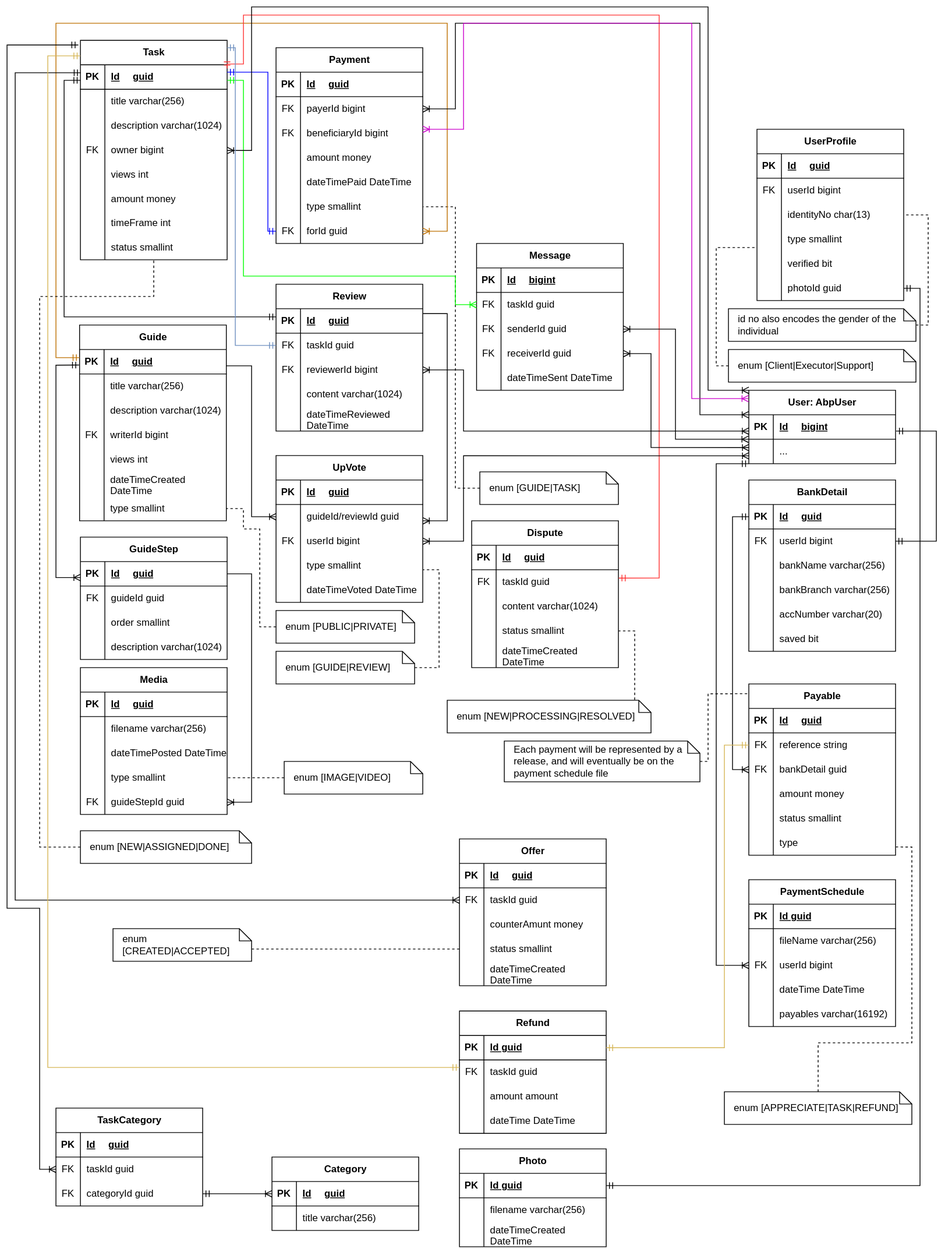
Earlier version of the draw.io export docs/assets/howto-domain.svg (teboho/how-to). Source tidied: cells renumbered, new cells last; positions are measured from the earlier drawing's top-left corner, leaving out a move shared by most shapes.
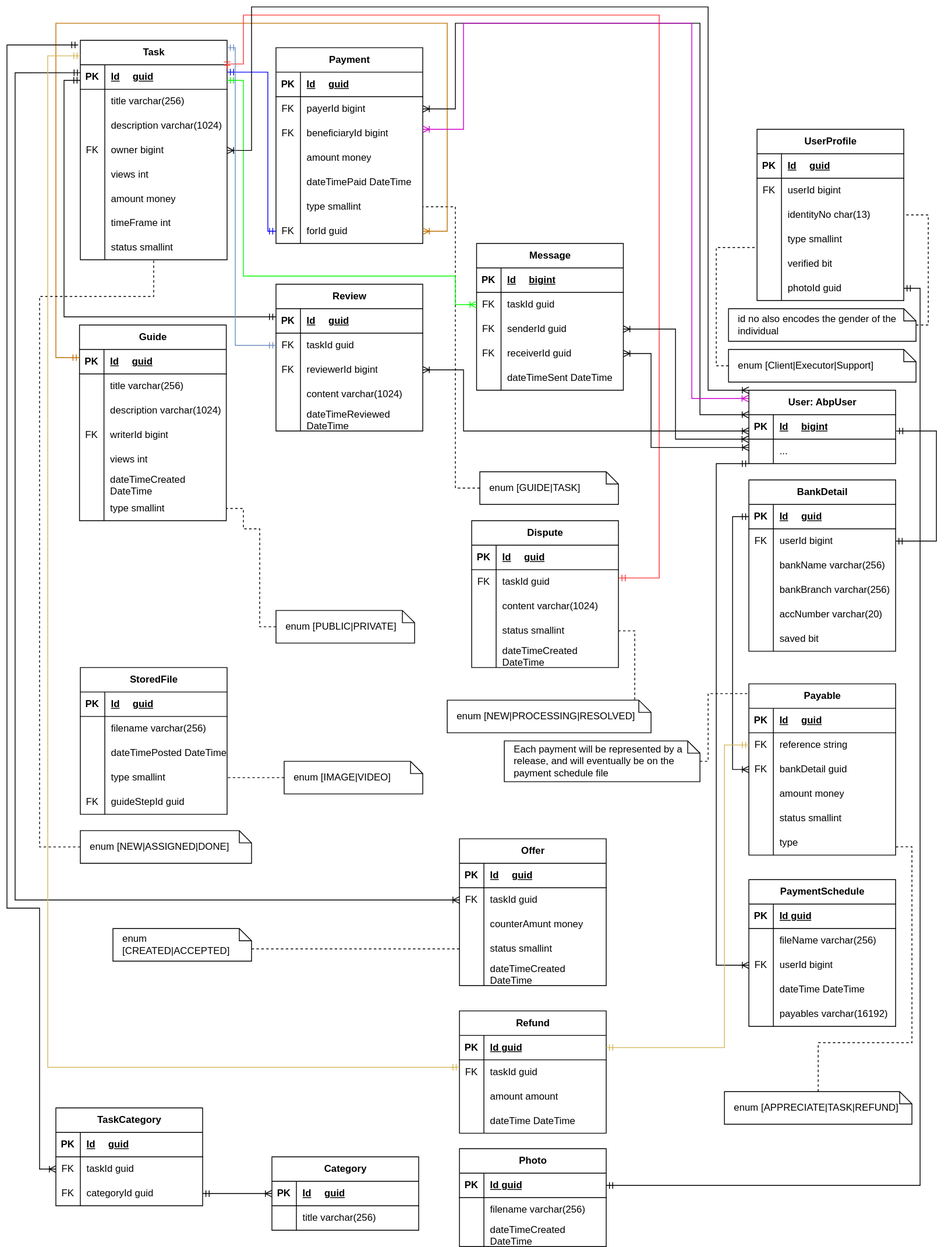
The same file after the commit.

Change to the diagram source:
```diff
@@ -257,55 +257,7 @@
     <mxCell id="86" value="dateTimeReviewed DateTime" style="shape=partialRectangle;fillColor=none;top=0;left=0;bottom=0;right=0;align=left;spacingLeft=6;overflow=hidden;whiteSpace=wrap;html=1;" parent="84" vertex="1">
       <mxGeometry x="30" width="150" height="30" as="geometry" />
     </mxCell>
-    <mxCell id="87" value="UpVote" style="shape=table;startSize=30;rowLines=0;fontStyle=1;align=center;html=1;" parent="1" vertex="1">
-      <mxGeometry x="330" y="550" width="180" height="180" as="geometry" />
-    </mxCell>
-    <mxCell id="88" style="shape=tableRow;horizontal=0;startSize=0;swimlaneHead=0;swimlaneBody=0;fillColor=none;top=0;left=0;right=0;bottom=1;" parent="87" vertex="1">
-      <mxGeometry y="30" width="180" height="30" as="geometry" />
-    </mxCell>
-    <mxCell id="89" value="PK" style="shape=partialRectangle;fillColor=none;top=0;left=0;bottom=0;right=0;fontStyle=1;overflow=hidden;whiteSpace=wrap;html=1;" parent="88" vertex="1">
-      <mxGeometry width="30" height="30" as="geometry" />
-    </mxCell>
-    <mxCell id="90" value="Id&lt;span style=&quot;white-space: pre;&quot;&gt;&#9;&lt;/span&gt;guid" style="shape=partialRectangle;fillColor=none;top=0;left=0;bottom=0;right=0;align=left;spacingLeft=6;fontStyle=5;overflow=hidden;whiteSpace=wrap;html=1;" parent="88" vertex="1">
-      <mxGeometry x="30" width="150" height="30" as="geometry" />
-    </mxCell>
-    <mxCell id="91" style="shape=tableRow;horizontal=0;startSize=0;swimlaneHead=0;swimlaneBody=0;fillColor=none;points=[[0,0.5],[1,0.5]];portConstraint=eastwest;top=0;left=0;right=0;bottom=0;" parent="87" vertex="1">
-      <mxGeometry y="60" width="180" height="30" as="geometry" />
-    </mxCell>
-    <mxCell id="92" style="shape=partialRectangle;fillColor=none;top=0;left=0;bottom=0;right=0;overflow=hidden;whiteSpace=wrap;html=1;" parent="91" vertex="1">
-      <mxGeometry width="30" height="30" as="geometry" />
-    </mxCell>
-    <mxCell id="93" value="guideId/reviewId guid" style="shape=partialRectangle;fillColor=none;top=0;left=0;bottom=0;right=0;align=left;spacingLeft=6;overflow=hidden;whiteSpace=wrap;html=1;" parent="91" vertex="1">
-      <mxGeometry x="30" width="150" height="30" as="geometry" />
-    </mxCell>
-    <mxCell id="94" style="shape=tableRow;horizontal=0;startSize=0;swimlaneHead=0;swimlaneBody=0;fillColor=none;points=[[0,0.5],[1,0.5]];portConstraint=eastwest;top=0;left=0;right=0;bottom=0;" parent="87" vertex="1">
-      <mxGeometry y="90" width="180" height="30" as="geometry" />
-    </mxCell>
-    <mxCell id="95" value="FK" style="shape=partialRectangle;fillColor=none;top=0;left=0;bottom=0;right=0;overflow=hidden;whiteSpace=wrap;html=1;" parent="94" vertex="1">
-      <mxGeometry width="30" height="30" as="geometry" />
-    </mxCell>
-    <mxCell id="96" value="userId bigint" style="shape=partialRectangle;fillColor=none;top=0;left=0;bottom=0;right=0;align=left;spacingLeft=6;overflow=hidden;whiteSpace=wrap;html=1;" parent="94" vertex="1">
-      <mxGeometry x="30" width="150" height="30" as="geometry" />
-    </mxCell>
-    <mxCell id="97" style="shape=tableRow;horizontal=0;startSize=0;swimlaneHead=0;swimlaneBody=0;fillColor=none;points=[[0,0.5],[1,0.5]];portConstraint=eastwest;top=0;left=0;right=0;bottom=0;" parent="87" vertex="1">
-      <mxGeometry y="120" width="180" height="30" as="geometry" />
-    </mxCell>
-    <mxCell id="98" style="shape=partialRectangle;fillColor=none;top=0;left=0;bottom=0;right=0;overflow=hidden;whiteSpace=wrap;html=1;" parent="97" vertex="1">
-      <mxGeometry width="30" height="30" as="geometry" />
-    </mxCell>
-    <mxCell id="99" value="type smallint" style="shape=partialRectangle;fillColor=none;top=0;left=0;bottom=0;right=0;align=left;spacingLeft=6;overflow=hidden;whiteSpace=wrap;html=1;" parent="97" vertex="1">
-      <mxGeometry x="30" width="150" height="30" as="geometry" />
-    </mxCell>
-    <mxCell id="100" style="shape=tableRow;horizontal=0;startSize=0;swimlaneHead=0;swimlaneBody=0;fillColor=none;top=0;left=0;right=0;bottom=0;" parent="87" vertex="1">
-      <mxGeometry y="150" width="180" height="30" as="geometry" />
-    </mxCell>
-    <mxCell id="101" style="shape=partialRectangle;fillColor=none;top=0;left=0;bottom=0;right=0;overflow=hidden;whiteSpace=wrap;html=1;" parent="100" vertex="1">
-      <mxGeometry width="30" height="30" as="geometry" />
-    </mxCell>
-    <mxCell id="102" value="dateTimeVoted DateTime" style="shape=partialRectangle;fillColor=none;top=0;left=0;bottom=0;right=0;align=left;spacingLeft=6;overflow=hidden;whiteSpace=wrap;html=1;" parent="100" vertex="1">
-      <mxGeometry x="30" width="150" height="30" as="geometry" />
-    </mxCell>
-    <mxCell id="103" value="Media" style="shape=table;startSize=30;rowLines=0;fontStyle=1;align=center;html=1;" parent="1" vertex="1">
+    <mxCell id="103" value="StoredFile" style="shape=table;startSize=30;rowLines=0;fontStyle=1;align=center;html=1;" parent="1" vertex="1">
       <mxGeometry x="90" y="810" width="180" height="180" as="geometry" />
     </mxCell>
     <mxCell id="104" style="shape=tableRow;horizontal=0;startSize=0;swimlaneHead=0;swimlaneBody=0;fillColor=none;top=0;left=0;right=0;bottom=1;" parent="103" vertex="1">
@@ -401,45 +353,6 @@
     <mxCell id="134" value="dateTimeSent DateTime" style="shape=partialRectangle;fillColor=none;top=0;left=0;bottom=0;right=0;align=left;spacingLeft=6;overflow=hidden;whiteSpace=wrap;html=1;" parent="132" vertex="1">
       <mxGeometry x="30" width="150" height="30" as="geometry" />
     </mxCell>
-    <mxCell id="135" value="GuideStep" style="shape=table;startSize=30;rowLines=0;fontStyle=1;align=center;html=1;" parent="1" vertex="1">
-      <mxGeometry x="90" y="650" width="180" height="150" as="geometry" />
-    </mxCell>
-    <mxCell id="136" style="shape=tableRow;horizontal=0;startSize=0;swimlaneHead=0;swimlaneBody=0;fillColor=none;points=[[0,0.5],[1,0.5]];portConstraint=eastwest;top=0;left=0;right=0;bottom=1;" parent="135" vertex="1">
-      <mxGeometry y="30" width="180" height="30" as="geometry" />
-    </mxCell>
-    <mxCell id="137" value="PK" style="shape=partialRectangle;fillColor=none;top=0;left=0;bottom=0;right=0;fontStyle=1;overflow=hidden;whiteSpace=wrap;html=1;" parent="136" vertex="1">
-      <mxGeometry width="30" height="30" as="geometry" />
-    </mxCell>
-    <mxCell id="138" value="Id&lt;span style=&quot;white-space: pre;&quot;&gt;&#9;&lt;/span&gt;guid" style="shape=partialRectangle;fillColor=none;top=0;left=0;bottom=0;right=0;align=left;spacingLeft=6;fontStyle=5;overflow=hidden;whiteSpace=wrap;html=1;" parent="136" vertex="1">
-      <mxGeometry x="30" width="150" height="30" as="geometry" />
-    </mxCell>
-    <mxCell id="139" style="shape=tableRow;horizontal=0;startSize=0;swimlaneHead=0;swimlaneBody=0;fillColor=none;top=0;left=0;right=0;bottom=0;" parent="135" vertex="1">
-      <mxGeometry y="60" width="180" height="30" as="geometry" />
-    </mxCell>
-    <mxCell id="140" value="FK" style="shape=partialRectangle;fillColor=none;top=0;left=0;bottom=0;right=0;overflow=hidden;whiteSpace=wrap;html=1;" parent="139" vertex="1">
-      <mxGeometry width="30" height="30" as="geometry" />
-    </mxCell>
-    <mxCell id="141" value="guideId guid" style="shape=partialRectangle;fillColor=none;top=0;left=0;bottom=0;right=0;align=left;spacingLeft=6;overflow=hidden;whiteSpace=wrap;html=1;" parent="139" vertex="1">
-      <mxGeometry x="30" width="150" height="30" as="geometry" />
-    </mxCell>
-    <mxCell id="142" style="shape=tableRow;horizontal=0;startSize=0;swimlaneHead=0;swimlaneBody=0;fillColor=none;top=0;left=0;right=0;bottom=0;" parent="135" vertex="1">
-      <mxGeometry y="90" width="180" height="30" as="geometry" />
-    </mxCell>
-    <mxCell id="143" style="shape=partialRectangle;fillColor=none;top=0;left=0;bottom=0;right=0;overflow=hidden;whiteSpace=wrap;html=1;" parent="142" vertex="1">
-      <mxGeometry width="30" height="30" as="geometry" />
-    </mxCell>
-    <mxCell id="144" value="order smallint" style="shape=partialRectangle;fillColor=none;top=0;left=0;bottom=0;right=0;align=left;spacingLeft=6;overflow=hidden;whiteSpace=wrap;html=1;" parent="142" vertex="1">
-      <mxGeometry x="30" width="150" height="30" as="geometry" />
-    </mxCell>
-    <mxCell id="145" style="shape=tableRow;horizontal=0;startSize=0;swimlaneHead=0;swimlaneBody=0;fillColor=none;top=0;left=0;right=0;bottom=0;" parent="135" vertex="1">
-      <mxGeometry y="120" width="180" height="30" as="geometry" />
-    </mxCell>
-    <mxCell id="146" style="shape=partialRectangle;fillColor=none;top=0;left=0;bottom=0;right=0;overflow=hidden;whiteSpace=wrap;html=1;" parent="145" vertex="1">
-      <mxGeometry width="30" height="30" as="geometry" />
-    </mxCell>
-    <mxCell id="147" value="description varchar(1024)" style="shape=partialRectangle;fillColor=none;top=0;left=0;bottom=0;right=0;align=left;spacingLeft=6;overflow=hidden;whiteSpace=wrap;html=1;" parent="145" vertex="1">
-      <mxGeometry x="30" width="150" height="30" as="geometry" />
-    </mxCell>
     <mxCell id="148" value="enum [PUBLIC|PRIVATE]" style="shape=note;size=15;align=left;spacingLeft=10;html=1;whiteSpace=wrap;" parent="1" vertex="1">
       <mxGeometry x="330" y="740" width="170" height="40" as="geometry" />
     </mxCell>
@@ -495,33 +408,6 @@
         </Array>
       </mxGeometry>
     </mxCell>
-    <mxCell id="155" style="edgeStyle=orthogonalEdgeStyle;fontSize=12;html=1;endArrow=ERoneToMany;rounded=0;exitX=-0.004;exitY=0.635;exitDx=0;exitDy=0;strokeColor=#000000;exitPerimeter=0;startArrow=ERmandOne;startFill=0;entryX=0;entryY=0.653;entryDx=0;entryDy=0;entryPerimeter=0;" parent="1" edge="1" source="50" target="136">
-      <mxGeometry relative="1" as="geometry">
-        <Array as="points">
-          <mxPoint x="60" y="439" />
-          <mxPoint x="60" y="700" />
-        </Array>
-      </mxGeometry>
-    </mxCell>
-    <mxCell id="156" style="edgeStyle=orthogonalEdgeStyle;fontSize=12;html=1;endArrow=ERoneToMany;rounded=0;entryX=0;entryY=0.5;entryDx=0;entryDy=0;" parent="1" edge="1" target="91">
-      <mxGeometry relative="1" as="geometry">
-        <mxPoint x="269" y="440" as="sourcePoint" />
-        <Array as="points">
-          <mxPoint x="269" y="440" />
-          <mxPoint x="300" y="440" />
-          <mxPoint x="300" y="625" />
-        </Array>
-      </mxGeometry>
-    </mxCell>
-    <mxCell id="157" style="edgeStyle=orthogonalEdgeStyle;fontSize=12;html=1;endArrow=ERoneToMany;rounded=0;" parent="1" edge="1" source="72">
-      <mxGeometry relative="1" as="geometry">
-        <mxPoint x="510" y="630" as="targetPoint" />
-        <Array as="points">
-          <mxPoint x="540" y="376" />
-          <mxPoint x="540" y="630" />
-        </Array>
-      </mxGeometry>
-    </mxCell>
     <mxCell id="158" style="edgeStyle=orthogonalEdgeStyle;fontSize=12;html=1;endArrow=ERoneToMany;rounded=0;strokeColor=#00FF00;entryX=0;entryY=0.5;entryDx=0;entryDy=0;startArrow=ERmandOne;startFill=0;" parent="1" edge="1" target="123">
       <mxGeometry relative="1" as="geometry">
         <mxPoint x="270" y="90" as="sourcePoint" />
@@ -533,9 +419,6 @@
         </Array>
       </mxGeometry>
     </mxCell>
-    <mxCell id="159" style="edgeStyle=entityRelationEdgeStyle;fontSize=12;html=1;endArrow=ERoneToMany;rounded=0;entryX=1;entryY=0.5;entryDx=0;entryDy=0;exitX=1;exitY=0.5;exitDx=0;exitDy=0;" parent="1" edge="1" source="136" target="116">
-      <mxGeometry relative="1" as="geometry" />
-    </mxCell>
     <mxCell id="160" value="User: AbpUser" style="shape=table;startSize=30;rowLines=0;fontStyle=1;align=center;html=1;" parent="1" vertex="1">
       <mxGeometry x="910" y="470" width="180" height="90" as="geometry" />
     </mxCell>
@@ -692,17 +575,6 @@
         </Array>
       </mxGeometry>
     </mxCell>
-    <mxCell id="206" value="enum [GUIDE|REVIEW]" style="shape=note;size=15;align=left;spacingLeft=10;html=1;whiteSpace=wrap;" parent="1" vertex="1">
-      <mxGeometry x="330" y="790" width="170" height="40" as="geometry" />
-    </mxCell>
-    <mxCell id="207" style="edgeStyle=orthogonalEdgeStyle;rounded=0;jettySize=auto;html=1;entryX=1;entryY=0.667;entryDx=0;entryDy=0;entryPerimeter=0;dashed=1;endArrow=none;endFill=0;" parent="1" edge="1" source="206" target="97">
-      <mxGeometry relative="1" as="geometry">
-        <Array as="points">
-          <mxPoint x="530" y="810" />
-          <mxPoint x="530" y="690" />
-        </Array>
-      </mxGeometry>
-    </mxCell>
     <mxCell id="208" style="edgeStyle=orthogonalEdgeStyle;rounded=0;jettySize=auto;html=1;entryX=0;entryY=0.5;entryDx=0;entryDy=0;dashed=1;endArrow=none;endFill=0;" parent="1" edge="1" source="209" target="179">
       <mxGeometry relative="1" as="geometry">
         <Array as="points">
@@ -747,14 +619,6 @@
         </Array>
       </mxGeometry>
     </mxCell>
-    <mxCell id="214" style="edgeStyle=orthogonalEdgeStyle;fontSize=12;html=1;endArrow=ERoneToMany;rounded=0;startArrow=ERoneToMany;startFill=0;exitX=1;exitY=0.5;exitDx=0;exitDy=0;entryX=0.001;entryY=0.678;entryDx=0;entryDy=0;entryPerimeter=0;" parent="1" edge="1" source="94" target="164">
-      <mxGeometry relative="1" as="geometry">
-        <Array as="points">
-          <mxPoint x="560" y="655" />
-          <mxPoint x="560" y="550" />
-        </Array>
-      </mxGeometry>
-    </mxCell>
     <mxCell id="215" style="edgeStyle=orthogonalEdgeStyle;fontSize=12;html=1;endArrow=ERoneToMany;rounded=0;startArrow=ERoneToMany;startFill=0;exitX=1;exitY=0.5;exitDx=0;exitDy=0;entryX=-0.001;entryY=0.333;entryDx=0;entryDy=0;entryPerimeter=0;" parent="1" edge="1" source="31" target="160">
       <mxGeometry relative="1" as="geometry">
         <Array as="points">
```
